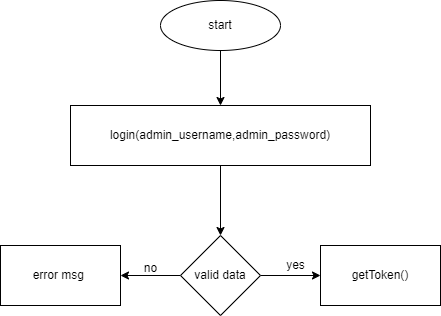
Above: Definition/Design/low level design/flowchart/admin login.drawio.png in SaadHamdy1999/TravelAdvisor (draw.io), before the change. Source tidied: cells renumbered, new cells last; positions are measured from the earlier drawing's top-left corner, leaving out a move shared by most shapes. Its diagram source:
```xml
<mxGraphModel>
  <root>
    <mxCell id="0" />
    <mxCell id="1" parent="0" />
    <mxCell id="2" style="edgeStyle=orthogonalEdgeStyle;rounded=0;jettySize=auto;html=1;" parent="1" edge="1" source="3" target="5">
      <mxGeometry relative="1" as="geometry" />
    </mxCell>
    <mxCell id="3" value="start" style="ellipse;whiteSpace=wrap;html=1;" parent="1" vertex="1">
      <mxGeometry x="160" width="120" height="50" as="geometry" />
    </mxCell>
    <mxCell id="4" style="edgeStyle=orthogonalEdgeStyle;rounded=0;jettySize=auto;html=1;" parent="1" edge="1" source="5" target="8">
      <mxGeometry relative="1" as="geometry" />
    </mxCell>
    <mxCell id="5" value="login(admin_username,admin_password)" style="whiteSpace=wrap;html=1;" parent="1" vertex="1">
      <mxGeometry x="70" y="105" width="300" height="60" as="geometry" />
    </mxCell>
    <mxCell id="6" style="edgeStyle=orthogonalEdgeStyle;rounded=0;jettySize=auto;html=1;" parent="1" edge="1" source="8" target="9">
      <mxGeometry relative="1" as="geometry" />
    </mxCell>
    <mxCell id="7" style="edgeStyle=orthogonalEdgeStyle;rounded=0;jettySize=auto;html=1;" parent="1" edge="1" source="8" target="11">
      <mxGeometry relative="1" as="geometry" />
    </mxCell>
    <mxCell id="8" value="valid data" style="rhombus;whiteSpace=wrap;html=1;" parent="1" vertex="1">
      <mxGeometry x="180" y="235" width="80" height="80" as="geometry" />
    </mxCell>
    <mxCell id="9" value="error msg&amp;nbsp;" style="whiteSpace=wrap;html=1;" parent="1" vertex="1">
      <mxGeometry y="245" width="120" height="60" as="geometry" />
    </mxCell>
    <mxCell id="10" value="no" style="text;html=1;align=center;verticalAlign=middle;strokeColor=none;fillColor=none;" parent="1" vertex="1">
      <mxGeometry x="135" y="258" width="30" height="20" as="geometry" />
    </mxCell>
    <mxCell id="11" value="getToken()" style="whiteSpace=wrap;html=1;" parent="1" vertex="1">
      <mxGeometry x="320" y="245" width="120" height="60" as="geometry" />
    </mxCell>
    <mxCell id="12" value="yes" style="text;html=1;align=center;verticalAlign=middle;strokeColor=none;fillColor=none;" parent="1" vertex="1">
      <mxGeometry x="280" y="255" width="30" height="20" as="geometry" />
    </mxCell>
  </root>
</mxGraphModel>
```
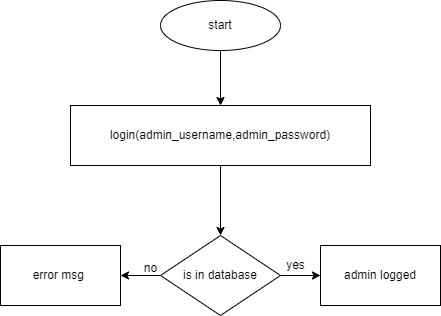
After the commit.

Change to the diagram source:
```diff
@@ -20,8 +20,8 @@
     <mxCell id="7" style="edgeStyle=orthogonalEdgeStyle;rounded=0;jettySize=auto;html=1;" parent="1" edge="1" source="8" target="11">
       <mxGeometry relative="1" as="geometry" />
     </mxCell>
-    <mxCell id="8" value="valid data" style="rhombus;whiteSpace=wrap;html=1;" parent="1" vertex="1">
-      <mxGeometry x="180" y="235" width="80" height="80" as="geometry" />
+    <mxCell id="8" value="is in database" style="rhombus;whiteSpace=wrap;html=1;" parent="1" vertex="1">
+      <mxGeometry x="160" y="235" width="120" height="80" as="geometry" />
     </mxCell>
     <mxCell id="9" value="error msg&amp;nbsp;" style="whiteSpace=wrap;html=1;" parent="1" vertex="1">
       <mxGeometry y="245" width="120" height="60" as="geometry" />
@@ -29,7 +29,7 @@
     <mxCell id="10" value="no" style="text;html=1;align=center;verticalAlign=middle;strokeColor=none;fillColor=none;" parent="1" vertex="1">
       <mxGeometry x="135" y="258" width="30" height="20" as="geometry" />
     </mxCell>
-    <mxCell id="11" value="getToken()" style="whiteSpace=wrap;html=1;" parent="1" vertex="1">
+    <mxCell id="11" value="admin logged" style="whiteSpace=wrap;html=1;" parent="1" vertex="1">
       <mxGeometry x="320" y="245" width="120" height="60" as="geometry" />
     </mxCell>
     <mxCell id="12" value="yes" style="text;html=1;align=center;verticalAlign=middle;strokeColor=none;fillColor=none;" parent="1" vertex="1">
```
